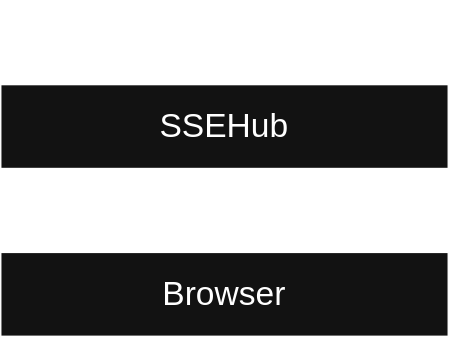
Before: .images/architecture-dark.svg, a diagram exported from draw.io (explodinglabs/powersync). Source tidied: cells renumbered, new cells last; positions are measured from the earlier drawing's top-left corner, leaving out a move shared by most shapes.
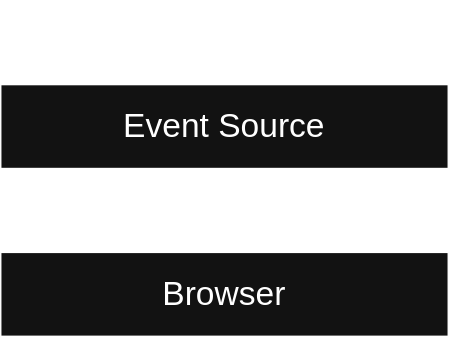
The same diagram one commit later.

Commit message:
Change container to Mercure, removing SSEHub

The edit, as a diff of the source:
```diff
@@ -13,7 +13,7 @@
     <mxCell id="4" style="edgeStyle=none;curved=1;rounded=0;jettySize=auto;html=1;fontSize=12;startSize=8;endSize=8;" parent="1" edge="1" source="5" target="3">
       <mxGeometry relative="1" as="geometry" />
     </mxCell>
-    <mxCell id="5" value="&lt;font style=&quot;font-size: 24px;&quot;&gt;SSEHub&lt;/font&gt;" style="rounded=0;whiteSpace=wrap;html=1;" parent="1" vertex="1">
+    <mxCell id="5" value="&lt;font style=&quot;font-size: 24px;&quot;&gt;Event Source&lt;/font&gt;" style="rounded=0;whiteSpace=wrap;html=1;" parent="1" vertex="1">
       <mxGeometry y="60" width="320" height="60" as="geometry" />
     </mxCell>
     <mxCell id="6" value="Server-Sent Event" style="text;strokeColor=none;fillColor=none;html=1;align=left;verticalAlign=middle;whiteSpace=wrap;rounded=0;fontSize=16;" parent="1" vertex="1">
```
